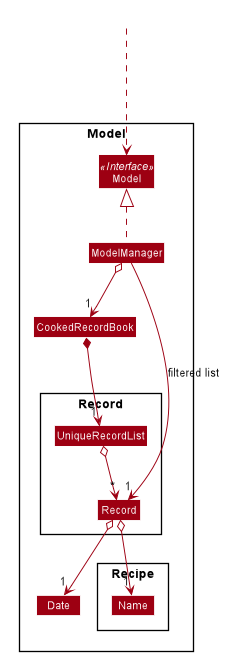
The PlantUML diagram docs/images/ModelRecordClassDiagram.png in nus-cs2103-AY1920S2/addressbook-level3, before a commit.
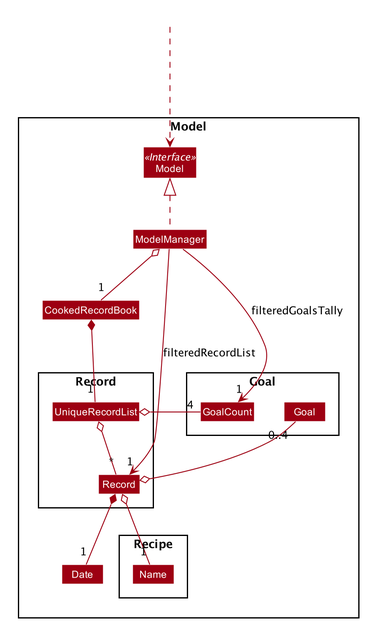
The same diagram one commit later.

Diff of the diagram source:
```diff
@@ -71,14 +71,23 @@
     class Name
 }
 
+Package Goal {
+    class Goal
+    class GoalCount
+}
+
 HiddenOutside ...> Model
-ModelManager o--> "1" CookedRecordBook
+ModelManager o-- "1" CookedRecordBook
 ModelManager .up.|> Model
-ModelManager --> "1" Record : filtered list
+ModelManager --> "1" Record : filteredRecordList
 
-CookedRecordBook *-down->"1" UniqueRecordList
-UniqueRecordList o--> "*" Record
-Record o--> "1" Name
-Record o--> "1" Date
+CookedRecordBook *-down-"1" UniqueRecordList
+UniqueRecordList o-- "*" Record
+Record o-- "1" Name
+Record *-- "1" Date
+Record o-up- "0..4" Goal
+
+UniqueRecordList o-- "4" GoalCount
+ModelManager --> "1" GoalCount : filteredGoalsTally
 
 @enduml
```
